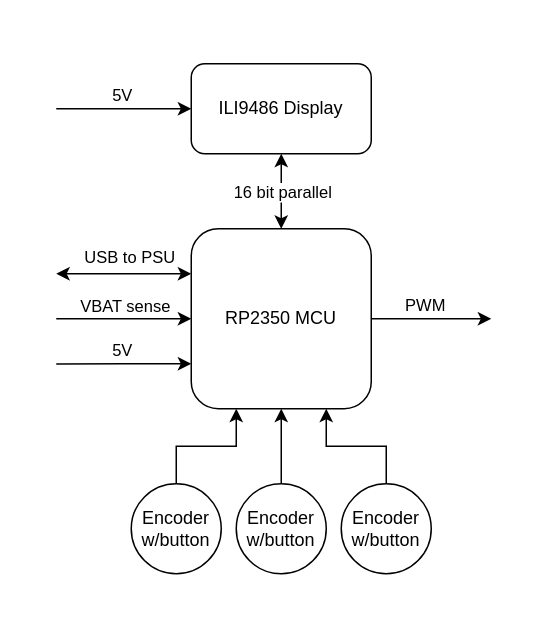
nicholasnloehrke/87s_research keeps this draw.io diagram as block_diagrams/controller.drawio. Above is the earlier version. Source tidied: cells renumbered, new cells numbered last; positions are measured from the earlier drawing's top-left corner, leaving out a move shared by most shapes. Both pictures are drawn from the tidied source at 150%, with x=0, y=0 at pixel (56, 63).
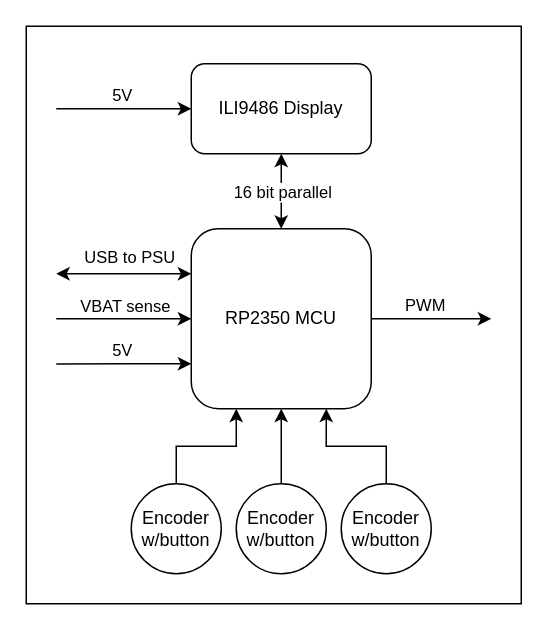
The same page after the edit.

Diff of the diagram source:
```diff
@@
+    <mxCell id="22" style="rounded=0;whiteSpace=wrap;html=1;fillColor=none;" parent="1" vertex="1">
+      <mxGeometry x="-20" y="-25" width="330" height="385" as="geometry" />
+    </mxCell>
```
